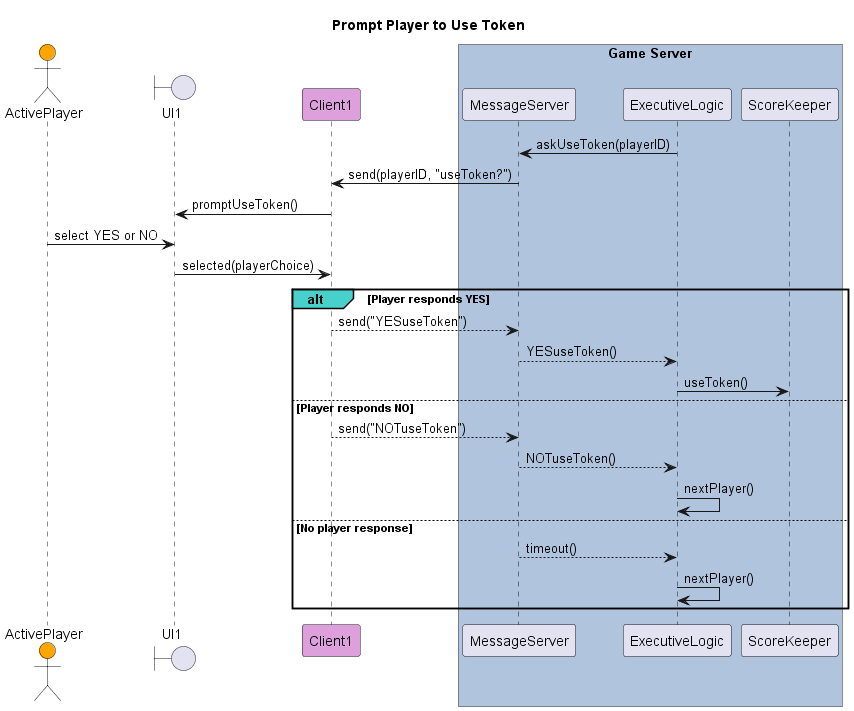
Before: out/diagrams/seq-diagram-prompt-use-token/Prompt Player to use token.png, a diagram exported from PlantUML (poszy/def_spinit_project).
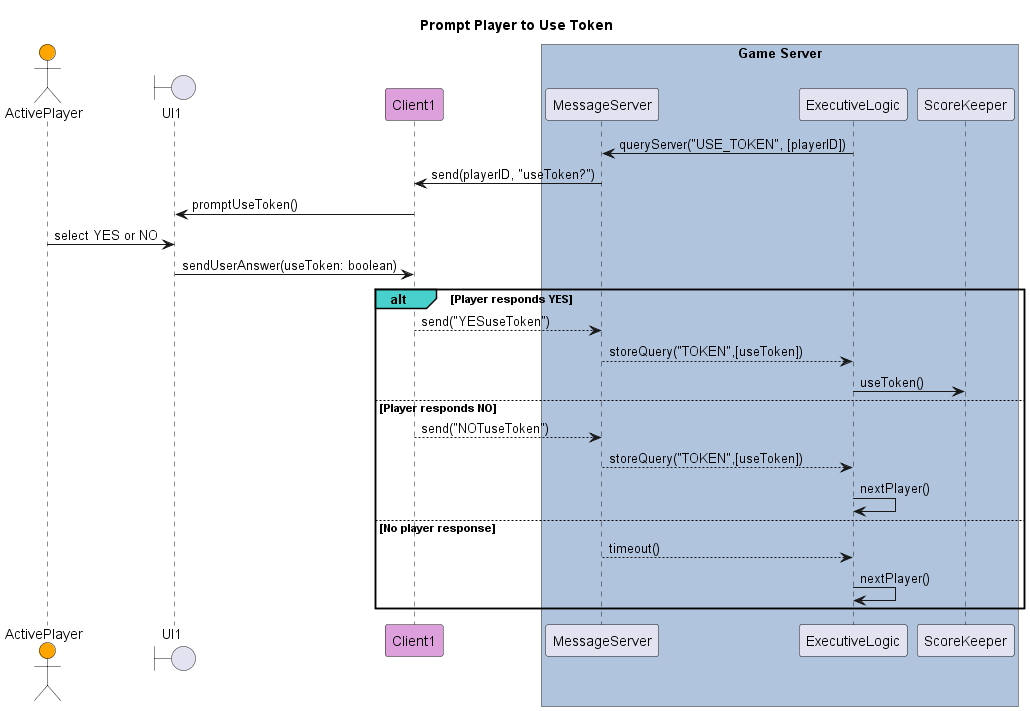
Later version of the same file.

Change to the diagram source:
```diff
@@ -14,7 +14,7 @@
 participant ScoreKeeper
 end box
 
-    Server <- ExecutiveLogic: askUseToken(playerID)
+    Server <- ExecutiveLogic: queryServer("USE_TOKEN", [playerID])
 
     Client1 <- Server: send(playerID, "useToken?")
 
@@ -22,15 +22,15 @@
 
     Player1 -> UI1: select YES or NO
 
-        UI1 -> Client1: selected(playerChoice)
+        UI1 -> Client1: sendUserAnswer(useToken: boolean)
 
     alt#MediumTurquoise Player responds YES
         Client1 --> Server: send("YESuseToken")
-        Server --> ExecutiveLogic: YESuseToken()
+        Server --> ExecutiveLogic: storeQuery("TOKEN",[useToken])
         ExecutiveLogic -> ScoreKeeper: useToken()
     else Player responds NO
         Client1 --> Server: send("NOTuseToken")
-        Server --> ExecutiveLogic: NOTuseToken()
+        Server --> ExecutiveLogic: storeQuery("TOKEN",[useToken])
         ExecutiveLogic -> ExecutiveLogic: nextPlayer()
     else No player response
         Server --> ExecutiveLogic: timeout()
```
